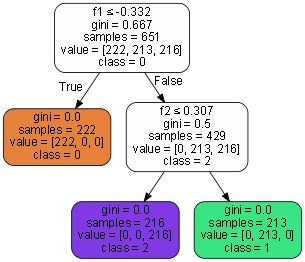
Before: Mod 8/species_tree.png, a diagram exported from Graphviz (andrewcchan/jhuappliedmlcourse). Its source is kept beside it as Mod 8/species_tree.dot. Source of this version:
```dot
digraph Tree {
node [shape=box, style="filled, rounded", color="black", fontname=helvetica] ;
edge [fontname=helvetica] ;
0 [label=<f1 &le; -0.332<br/>gini = 0.667<br/>samples = 651<br/>value = [222, 213, 216]<br/>class = 0>, fillcolor="#fffdfc"] ;
1 [label=<gini = 0.0<br/>samples = 222<br/>value = [222, 0, 0]<br/>class = 0>, fillcolor="#e58139"] ;
0 -> 1 [labeldistance=2.5, labelangle=45, headlabel="True"] ;
2 [label=<f2 &le; 0.307<br/>gini = 0.5<br/>samples = 429<br/>value = [0, 213, 216]<br/>class = 2>, fillcolor="#fdfcff"] ;
0 -> 2 [labeldistance=2.5, labelangle=-45, headlabel="False"] ;
3 [label=<gini = 0.0<br/>samples = 216<br/>value = [0, 0, 216]<br/>class = 2>, fillcolor="#8139e5"] ;
2 -> 3 ;
4 [label=<gini = 0.0<br/>samples = 213<br/>value = [0, 213, 0]<br/>class = 1>, fillcolor="#39e581"] ;
2 -> 4 ;
}
```
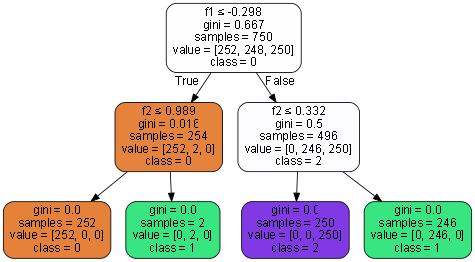
The same file after the commit.

Commit message:
MOD: add last uncleaned decision tree

What changed in the source:
```diff
@@ -1,13 +1,17 @@
 digraph Tree {
 node [shape=box, style="filled, rounded", color="black", fontname=helvetica] ;
 edge [fontname=helvetica] ;
-0 [label=<f1 &le; -0.332<br/>gini = 0.667<br/>samples = 651<br/>value = [222, 213, 216]<br/>class = 0>, fillcolor="#fffdfc"] ;
-1 [label=<gini = 0.0<br/>samples = 222<br/>value = [222, 0, 0]<br/>class = 0>, fillcolor="#e58139"] ;
+0 [label=<f1 &le; -0.298<br/>gini = 0.667<br/>samples = 750<br/>value = [252, 248, 250]<br/>class = 0>, fillcolor="#fffefe"] ;
+1 [label=<f2 &le; 0.989<br/>gini = 0.016<br/>samples = 254<br/>value = [252, 2, 0]<br/>class = 0>, fillcolor="#e5823b"] ;
 0 -> 1 [labeldistance=2.5, labelangle=45, headlabel="True"] ;
-2 [label=<f2 &le; 0.307<br/>gini = 0.5<br/>samples = 429<br/>value = [0, 213, 216]<br/>class = 2>, fillcolor="#fdfcff"] ;
-0 -> 2 [labeldistance=2.5, labelangle=-45, headlabel="False"] ;
-3 [label=<gini = 0.0<br/>samples = 216<br/>value = [0, 0, 216]<br/>class = 2>, fillcolor="#8139e5"] ;
-2 -> 3 ;
-4 [label=<gini = 0.0<br/>samples = 213<br/>value = [0, 213, 0]<br/>class = 1>, fillcolor="#39e581"] ;
-2 -> 4 ;
+2 [label=<gini = 0.0<br/>samples = 252<br/>value = [252, 0, 0]<br/>class = 0>, fillcolor="#e58139"] ;
+1 -> 2 ;
+3 [label=<gini = 0.0<br/>samples = 2<br/>value = [0, 2, 0]<br/>class = 1>, fillcolor="#39e581"] ;
+1 -> 3 ;
+4 [label=<f2 &le; 0.332<br/>gini = 0.5<br/>samples = 496<br/>value = [0, 246, 250]<br/>class = 2>, fillcolor="#fdfcff"] ;
+0 -> 4 [labeldistance=2.5, labelangle=-45, headlabel="False"] ;
+5 [label=<gini = 0.0<br/>samples = 250<br/>value = [0, 0, 250]<br/>class = 2>, fillcolor="#8139e5"] ;
+4 -> 5 ;
+6 [label=<gini = 0.0<br/>samples = 246<br/>value = [0, 246, 0]<br/>class = 1>, fillcolor="#39e581"] ;
+4 -> 6 ;
 }
```
